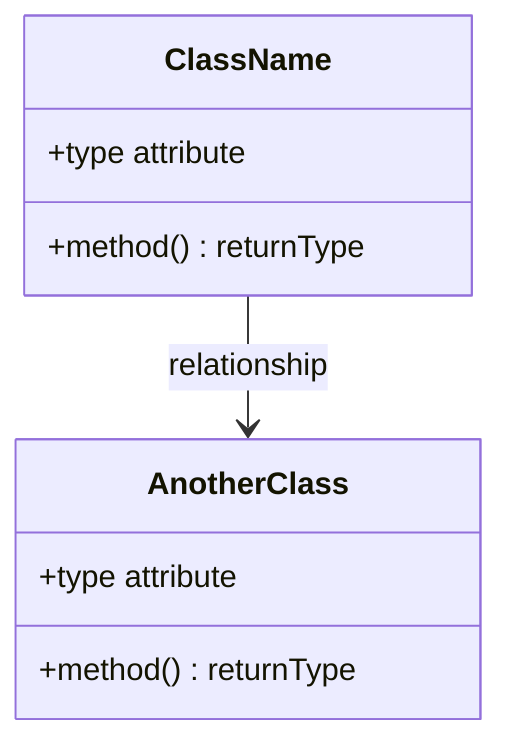
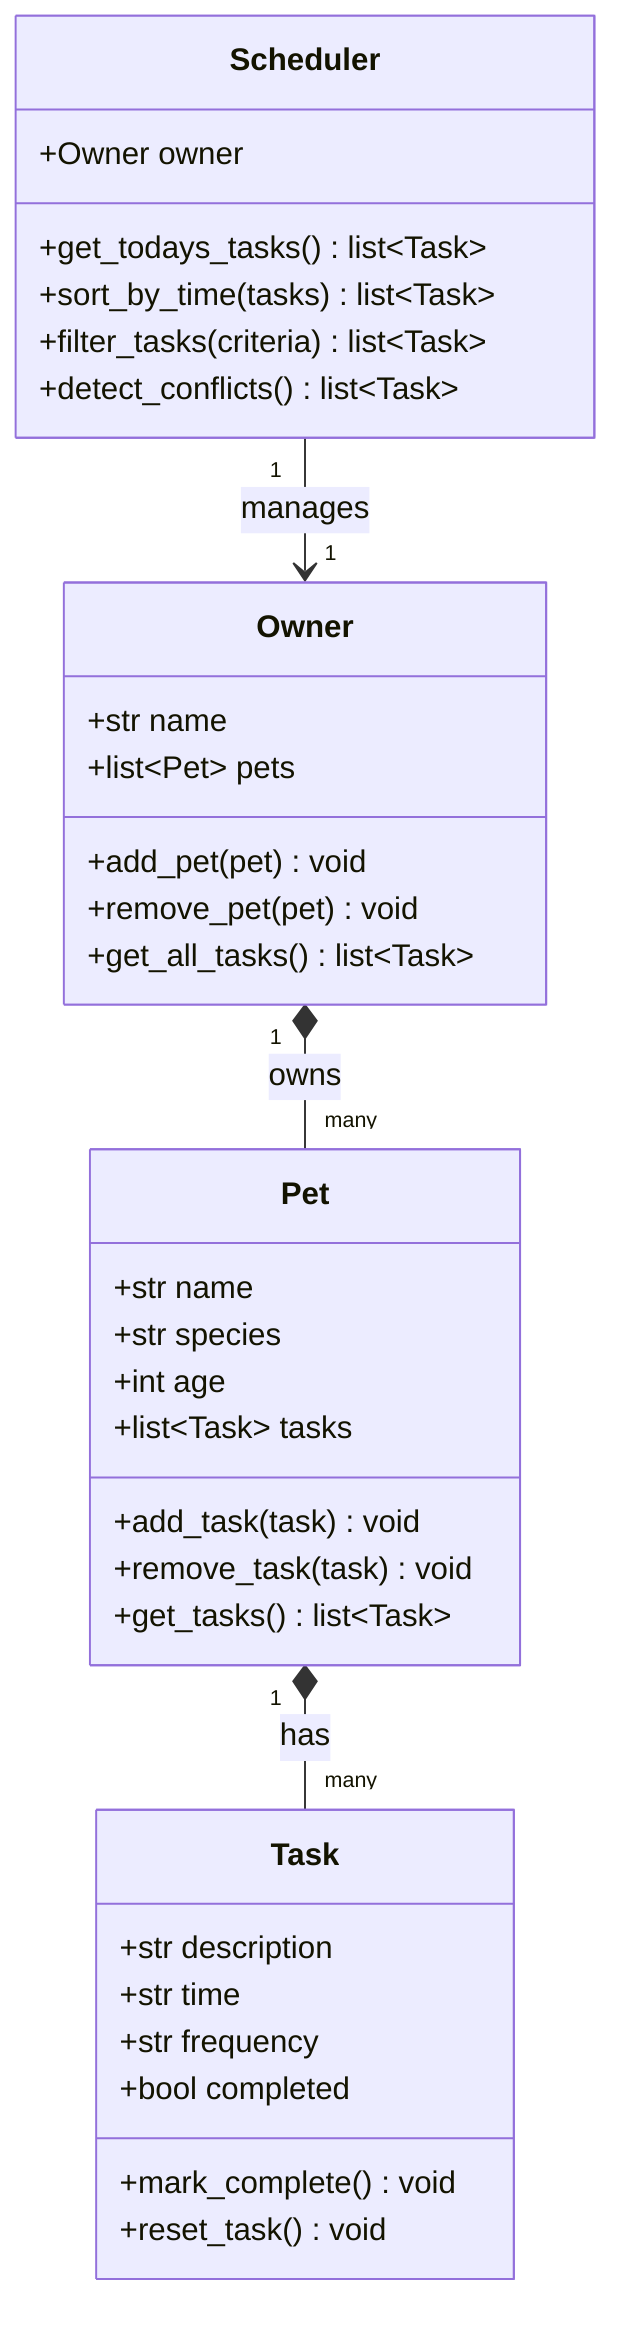
classDiagram
-     %% Replace the placeholders below with your actual classes, attributes, methods, and relationships.
-     %% Keep this file updated so it matches your final implementation.
- 
-     class ClassName {
-         +type attribute
-         +method() returnType
+     class Owner {
+         +str name
+         +list~Pet~ pets
+         +add_pet(pet) void
+         +remove_pet(pet) void
+         +get_all_tasks() list~Task~
    }

-     class AnotherClass {
-         +type attribute
-         +method() returnType
+     class Pet {
+         +str name
+         +str species
+         +int age
+         +list~Task~ tasks
+         +add_task(task) void
+         +remove_task(task) void
+         +get_tasks() list~Task~
    }

-     ClassName --> AnotherClass : relationship
+     class Task {
+         +str description
+         +str time
+         +str frequency
+         +bool completed
+         +mark_complete() void
+         +reset_task() void
+     }
+ 
+     class Scheduler {
+         +Owner owner
+         +get_todays_tasks() list~Task~
+         +sort_by_time(tasks) list~Task~
+         +filter_tasks(criteria) list~Task~
+         +detect_conflicts() list~Task~
+     }
+ 
+     Owner "1" *-- "many" Pet : owns
+     Pet "1" *-- "many" Task : has
+     Scheduler "1" --> "1" Owner : manages
